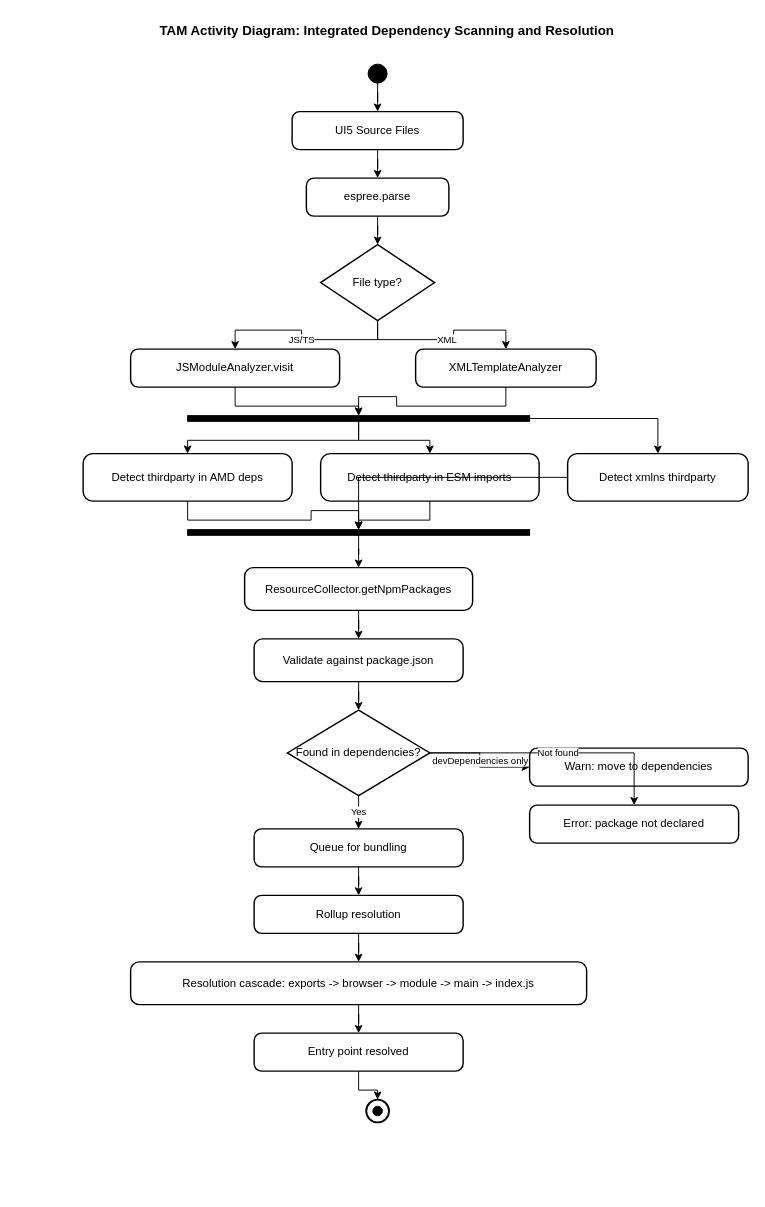
This is rfcs/resources/0020-npm-integration/dependency-scanning-activity.drawio from UI5/cli, a draw.io file, before an edit. Source tidied: cells renumbered, new cells numbered last; positions are measured from the earlier drawing's top-left corner, leaving out a move shared by most shapes. Both pictures are drawn from the tidied source at 95%, with x=0, y=0 at pixel (54, 16).
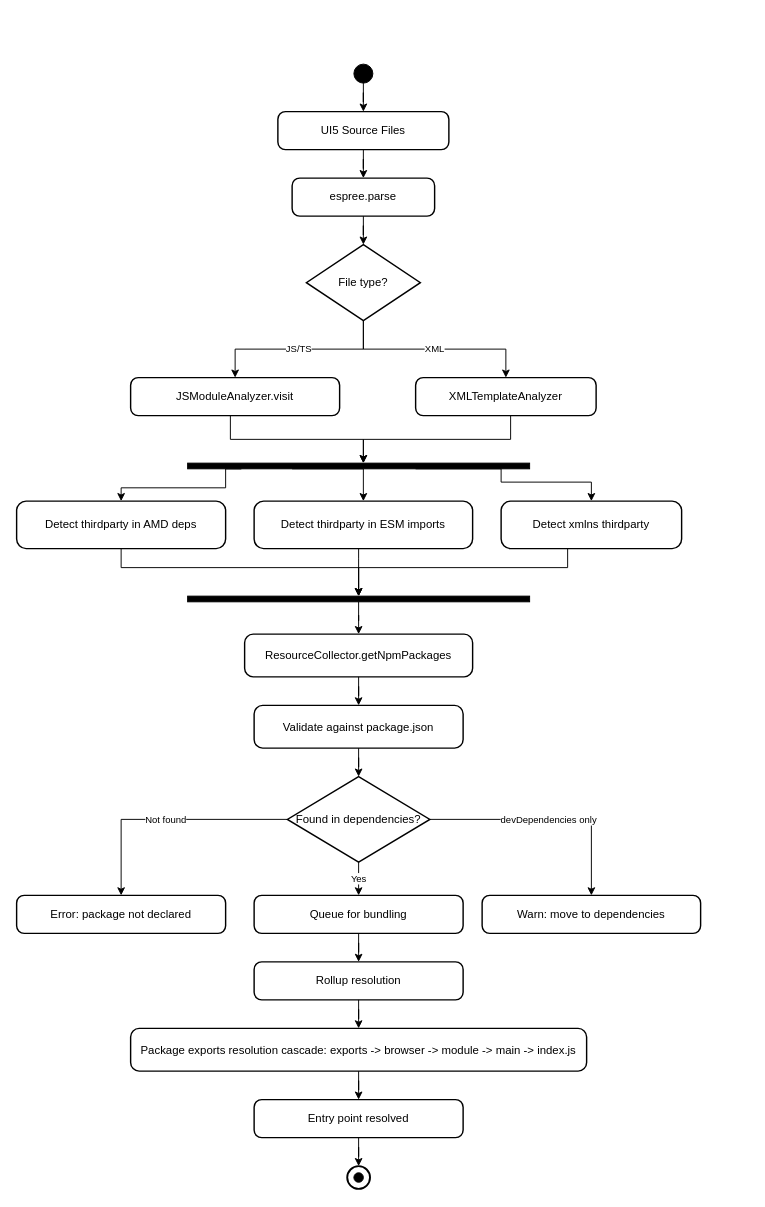
Above is the later version.

Change to the diagram source:
```diff
@@
-    <mxCell id="2" value="TAM Activity Diagram: Integrated Dependency Scanning and Resolution" style="text;html=1;strokeColor=none;fillColor=none;align=center;verticalAlign=middle;whiteSpace=wrap;fontSize=14;fontStyle=1;" parent="1" vertex="1">
-      <mxGeometry width="700" height="30" as="geometry" />
-    </mxCell>
     <mxCell id="3" style="ellipse;whiteSpace=wrap;html=1;fillColor=#000000;strokeColor=#000000;" parent="1" vertex="1">
-      <mxGeometry x="330" y="50" width="20" height="20" as="geometry" />
+      <mxGeometry x="315" y="50" width="20" height="20" as="geometry" />
     </mxCell>
     <mxCell id="4" value="UI5 Source Files" style="rounded=1;arcSize=20;whiteSpace=wrap;html=1;fillColor=#FFFFFF;strokeColor=#000000;strokeWidth=1.5;" parent="1" vertex="1">
-      <mxGeometry x="250" y="100" width="180" height="40" as="geometry" />
+      <mxGeometry x="235" y="100" width="180" height="40" as="geometry" />
     </mxCell>
     <mxCell id="5" value="espree.parse" style="rounded=1;arcSize=20;whiteSpace=wrap;html=1;fillColor=#FFFFFF;strokeColor=#000000;strokeWidth=1.5;" parent="1" vertex="1">
-      <mxGeometry x="265" y="170" width="150" height="40" as="geometry" />
+      <mxGeometry x="250" y="170" width="150" height="40" as="geometry" />
     </mxCell>
     <mxCell id="6" value="File type?" style="rhombus;whiteSpace=wrap;html=1;fillColor=#FFFFFF;strokeColor=#000000;strokeWidth=1.5;" parent="1" vertex="1">
-      <mxGeometry x="280" y="240" width="120" height="80" as="geometry" />
+      <mxGeometry x="265" y="240" width="120" height="80" as="geometry" />
     </mxCell>
     <mxCell id="7" value="JSModuleAnalyzer.visit" style="rounded=1;arcSize=20;whiteSpace=wrap;html=1;fillColor=#FFFFFF;strokeColor=#000000;strokeWidth=1.5;" parent="1" vertex="1">
-      <mxGeometry x="80" y="350" width="220" height="40" as="geometry" />
+      <mxGeometry x="80" y="380" width="220" height="40" as="geometry" />
     </mxCell>
     <mxCell id="8" value="XMLTemplateAnalyzer" style="rounded=1;arcSize=20;whiteSpace=wrap;html=1;fillColor=#FFFFFF;strokeColor=#000000;strokeWidth=1.5;" parent="1" vertex="1">
-      <mxGeometry x="380" y="350" width="190" height="40" as="geometry" />
+      <mxGeometry x="380" y="380" width="190" height="40" as="geometry" />
     </mxCell>
     <mxCell id="9" style="shape=rectangle;whiteSpace=wrap;html=1;fillColor=#000000;strokeColor=#000000;" parent="1" vertex="1">
-      <mxGeometry x="140" y="420" width="360" height="6" as="geometry" />
+      <mxGeometry x="140" y="470" width="360" height="6" as="geometry" />
     </mxCell>
     <mxCell id="10" value="Detect thirdparty in AMD deps" style="rounded=1;arcSize=20;whiteSpace=wrap;html=1;fillColor=#FFFFFF;strokeColor=#000000;strokeWidth=1.5;" parent="1" vertex="1">
-      <mxGeometry x="30" y="460" width="220" height="50" as="geometry" />
+      <mxGeometry x="-40" y="510" width="220" height="50" as="geometry" />
     </mxCell>
     <mxCell id="11" value="Detect thirdparty in ESM imports" style="rounded=1;arcSize=20;whiteSpace=wrap;html=1;fillColor=#FFFFFF;strokeColor=#000000;strokeWidth=1.5;" parent="1" vertex="1">
-      <mxGeometry x="280" y="460" width="230" height="50" as="geometry" />
+      <mxGeometry x="210" y="510" width="230" height="50" as="geometry" />
     </mxCell>
     <mxCell id="12" value="Detect xmlns thirdparty" style="rounded=1;arcSize=20;whiteSpace=wrap;html=1;fillColor=#FFFFFF;strokeColor=#000000;strokeWidth=1.5;" parent="1" vertex="1">
-      <mxGeometry x="540" y="460" width="190" height="50" as="geometry" />
+      <mxGeometry x="470" y="510" width="190" height="50" as="geometry" />
     </mxCell>
     <mxCell id="13" style="shape=rectangle;whiteSpace=wrap;html=1;fillColor=#000000;strokeColor=#000000;" parent="1" vertex="1">
-      <mxGeometry x="140" y="540" width="360" height="6" as="geometry" />
+      <mxGeometry x="140" y="610" width="360" height="6" as="geometry" />
     </mxCell>
     <mxCell id="14" value="ResourceCollector.getNpmPackages" style="rounded=1;arcSize=20;whiteSpace=wrap;html=1;fillColor=#FFFFFF;strokeColor=#000000;strokeWidth=1.5;" parent="1" vertex="1">
-      <mxGeometry x="200" y="580" width="240" height="45" as="geometry" />
+      <mxGeometry x="200" y="650" width="240" height="45" as="geometry" />
     </mxCell>
     <mxCell id="15" value="Validate against package.json" style="rounded=1;arcSize=20;whiteSpace=wrap;html=1;fillColor=#FFFFFF;strokeColor=#000000;strokeWidth=1.5;" parent="1" vertex="1">
-      <mxGeometry x="210" y="655" width="220" height="45" as="geometry" />
+      <mxGeometry x="210" y="725" width="220" height="45" as="geometry" />
     </mxCell>
     <mxCell id="16" value="Found in dependencies?" style="rhombus;whiteSpace=wrap;html=1;fillColor=#FFFFFF;strokeColor=#000000;strokeWidth=1.5;" parent="1" vertex="1">
-      <mxGeometry x="245" y="730" width="150" height="90" as="geometry" />
+      <mxGeometry x="245" y="800" width="150" height="90" as="geometry" />
     </mxCell>
     <mxCell id="17" value="Queue for bundling" style="rounded=1;arcSize=20;whiteSpace=wrap;html=1;fillColor=#FFFFFF;strokeColor=#000000;strokeWidth=1.5;" parent="1" vertex="1">
-      <mxGeometry x="210" y="855" width="220" height="40" as="geometry" />
+      <mxGeometry x="210" y="925" width="220" height="40" as="geometry" />
     </mxCell>
     <mxCell id="18" value="Rollup resolution" style="rounded=1;arcSize=20;whiteSpace=wrap;html=1;fillColor=#FFFFFF;strokeColor=#000000;strokeWidth=1.5;" parent="1" vertex="1">
-      <mxGeometry x="210" y="925" width="220" height="40" as="geometry" />
+      <mxGeometry x="210" y="995" width="220" height="40" as="geometry" />
     </mxCell>
-    <mxCell id="19" value="Resolution cascade: exports -&gt; browser -&gt; module -&gt; main -&gt; index.js" style="rounded=1;arcSize=20;whiteSpace=wrap;html=1;fillColor=#FFFFFF;strokeColor=#000000;strokeWidth=1.5;" parent="1" vertex="1">
-      <mxGeometry x="80" y="995" width="480" height="45" as="geometry" />
+    <mxCell id="19" value="Package exports resolution cascade: exports -&amp;gt; browser -&amp;gt; module -&amp;gt; main -&amp;gt; index.js" style="rounded=1;arcSize=20;whiteSpace=wrap;html=1;fillColor=#FFFFFF;strokeColor=#000000;strokeWidth=1.5;" parent="1" vertex="1">
+      <mxGeometry x="80" y="1065" width="480" height="45" as="geometry" />
     </mxCell>
     <mxCell id="20" value="Entry point resolved" style="rounded=1;arcSize=20;whiteSpace=wrap;html=1;fillColor=#FFFFFF;strokeColor=#000000;strokeWidth=1.5;" parent="1" vertex="1">
-      <mxGeometry x="210" y="1070" width="220" height="40" as="geometry" />
+      <mxGeometry x="210" y="1140" width="220" height="40" as="geometry" />
     </mxCell>
     <mxCell id="21" value="Warn: move to dependencies" style="rounded=1;arcSize=20;whiteSpace=wrap;html=1;fillColor=#FFFFFF;strokeColor=#000000;strokeWidth=1.5;" parent="1" vertex="1">
-      <mxGeometry x="500" y="770" width="230" height="40" as="geometry" />
+      <mxGeometry x="450" y="925" width="230" height="40" as="geometry" />
     </mxCell>
     <mxCell id="22" value="Error: package not declared" style="rounded=1;arcSize=20;whiteSpace=wrap;html=1;fillColor=#FFFFFF;strokeColor=#000000;strokeWidth=1.5;" parent="1" vertex="1">
-      <mxGeometry x="500" y="830" width="220" height="40" as="geometry" />
+      <mxGeometry x="-40" y="925" width="220" height="40" as="geometry" />
     </mxCell>
     <mxCell id="23" style="ellipse;whiteSpace=wrap;html=1;fillColor=#FFFFFF;strokeColor=#000000;strokeWidth=2;" parent="1" vertex="1">
-      <mxGeometry x="328" y="1140" width="24" height="24" as="geometry" />
+      <mxGeometry x="308" y="1210" width="24" height="24" as="geometry" />
     </mxCell>
     <mxCell id="24" style="ellipse;whiteSpace=wrap;html=1;fillColor=#000000;strokeColor=#000000;" parent="1" vertex="1">
-      <mxGeometry x="335" y="1147" width="10" height="10" as="geometry" />
+      <mxGeometry x="315" y="1217" width="10" height="10" as="geometry" />
     </mxCell>
@@
-    <mxCell id="30" style="edgeStyle=orthogonalEdgeStyle;rounded=0;jettySize=auto;html=1;endArrow=classic;endFill=1;strokeColor=#000000;" parent="1" edge="1" source="7" target="9">
-      <mxGeometry relative="1" as="geometry" />
+    <mxCell id="30" style="edgeStyle=orthogonalEdgeStyle;rounded=0;orthogonalLoop=1;jettySize=auto;html=1;endArrow=classic;endFill=1;strokeColor=#000000;" parent="1" edge="1">
+      <mxGeometry relative="1" as="geometry">
+        <mxPoint x="185" y="420" as="sourcePoint" />
+        <mxPoint x="325" y="470" as="targetPoint" />
+        <Array as="points">
+          <mxPoint x="185" y="445" />
+          <mxPoint x="325" y="445" />
+        </Array>
+      </mxGeometry>
     </mxCell>
-    <mxCell id="31" style="edgeStyle=orthogonalEdgeStyle;rounded=0;jettySize=auto;html=1;endArrow=classic;endFill=1;strokeColor=#000000;" parent="1" edge="1" source="8" target="9">
-      <mxGeometry relative="1" as="geometry" />
+    <mxCell id="31" style="edgeStyle=orthogonalEdgeStyle;rounded=0;orthogonalLoop=1;jettySize=auto;html=1;endArrow=classic;endFill=1;strokeColor=#000000;" parent="1" edge="1">
+      <mxGeometry relative="1" as="geometry">
+        <mxPoint x="480" y="420" as="sourcePoint" />
+        <mxPoint x="325" y="470" as="targetPoint" />
+        <Array as="points">
+          <mxPoint x="480" y="445" />
+          <mxPoint x="325" y="445" />
+        </Array>
+      </mxGeometry>
     </mxCell>
-    <mxCell id="32" style="edgeStyle=orthogonalEdgeStyle;rounded=0;jettySize=auto;html=1;endArrow=classic;endFill=1;strokeColor=#000000;" parent="1" edge="1" source="9" target="10">
-      <mxGeometry relative="1" as="geometry" />
+    <mxCell id="32" style="edgeStyle=orthogonalEdgeStyle;rounded=0;jettySize=auto;html=1;endArrow=classic;endFill=1;strokeColor=#000000;exitX=0.157;exitY=1.021;exitDx=0;exitDy=0;exitPerimeter=0;" parent="1" edge="1" source="9" target="10">
+      <mxGeometry relative="1" as="geometry">
+        <Array as="points">
+          <mxPoint x="180" y="476" />
+          <mxPoint x="180" y="496" />
+          <mxPoint x="70" y="496" />
+        </Array>
+      </mxGeometry>
     </mxCell>
-    <mxCell id="33" style="edgeStyle=orthogonalEdgeStyle;rounded=0;jettySize=auto;html=1;endArrow=classic;endFill=1;strokeColor=#000000;" parent="1" edge="1" source="9" target="11">
-      <mxGeometry relative="1" as="geometry" />
+    <mxCell id="33" style="edgeStyle=orthogonalEdgeStyle;rounded=0;jettySize=auto;html=1;endArrow=classic;endFill=1;strokeColor=#000000;" parent="1" edge="1" target="11">
+      <mxGeometry relative="1" as="geometry">
+        <mxPoint x="250" y="476" as="sourcePoint" />
+        <Array as="points">
+          <mxPoint x="325" y="476" />
+        </Array>
+      </mxGeometry>
     </mxCell>
-    <mxCell id="34" style="edgeStyle=orthogonalEdgeStyle;rounded=0;jettySize=auto;html=1;endArrow=classic;endFill=1;strokeColor=#000000;" parent="1" edge="1" source="9" target="12">
-      <mxGeometry relative="1" as="geometry" />
+    <mxCell id="34" style="edgeStyle=orthogonalEdgeStyle;rounded=0;jettySize=auto;html=1;endArrow=classic;endFill=1;strokeColor=#000000;" parent="1" edge="1" target="12">
+      <mxGeometry relative="1" as="geometry">
+        <mxPoint x="380" y="476" as="sourcePoint" />
+        <Array as="points">
+          <mxPoint x="470" y="476" />
+          <mxPoint x="470" y="490" />
+          <mxPoint x="565" y="490" />
+        </Array>
+      </mxGeometry>
     </mxCell>
     <mxCell id="35" style="edgeStyle=orthogonalEdgeStyle;rounded=0;jettySize=auto;html=1;endArrow=classic;endFill=1;strokeColor=#000000;" parent="1" edge="1" source="10" target="13">
-      <mxGeometry relative="1" as="geometry" />
+      <mxGeometry relative="1" as="geometry">
+        <Array as="points">
+          <mxPoint x="70" y="580" />
+          <mxPoint x="320" y="580" />
+        </Array>
+      </mxGeometry>
     </mxCell>
     <mxCell id="36" style="edgeStyle=orthogonalEdgeStyle;rounded=0;jettySize=auto;html=1;endArrow=classic;endFill=1;strokeColor=#000000;" parent="1" edge="1" source="11" target="13">
-      <mxGeometry relative="1" as="geometry" />
+      <mxGeometry relative="1" as="geometry">
+        <Array as="points">
+          <mxPoint x="320" y="570" />
+          <mxPoint x="320" y="570" />
+        </Array>
+      </mxGeometry>
     </mxCell>
     <mxCell id="37" style="edgeStyle=orthogonalEdgeStyle;rounded=0;jettySize=auto;html=1;endArrow=classic;endFill=1;strokeColor=#000000;" parent="1" edge="1" source="12" target="13">
-      <mxGeometry relative="1" as="geometry" />
+      <mxGeometry relative="1" as="geometry">
+        <Array as="points">
+          <mxPoint x="540" y="580" />
+          <mxPoint x="320" y="580" />
+        </Array>
+      </mxGeometry>
     </mxCell>
```
